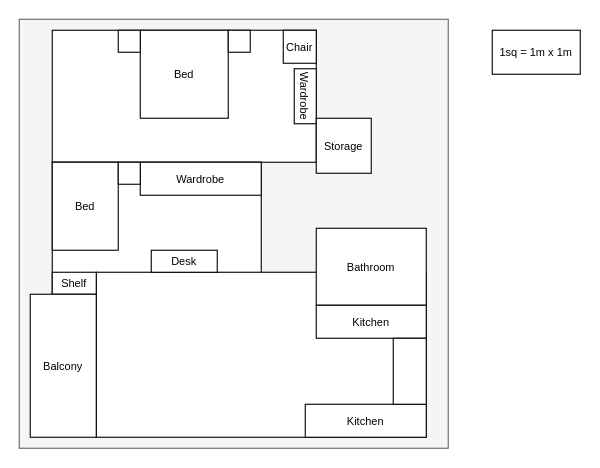
The draw.io diagram tech_blog/content/what_do_I_think/Flat_Setup.drawio in calumjackson/techblog, before the edit. Source tidied: cells renumbered, new cells numbered last; positions are measured from the earlier drawing's top-left corner, leaving out a move shared by most shapes. Both pictures are drawn from the tidied source at 110%, with x=0, y=0 at pixel (19, 19).
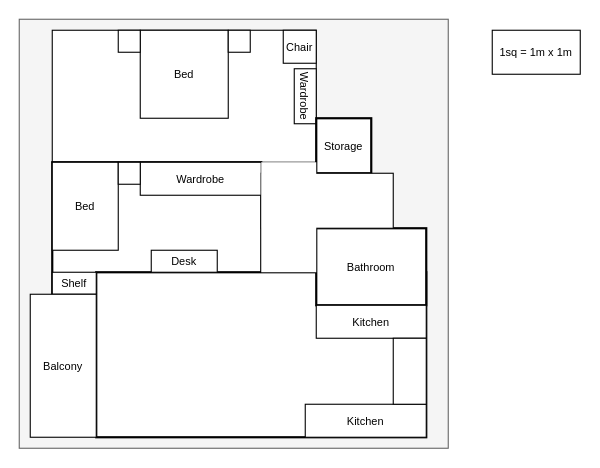
The same page after the edit.

Change to the diagram source:
```diff
@@
-    <mxCell id="4" style="rounded=0;whiteSpace=wrap;html=1;" parent="1" vertex="1">
+    <mxCell id="4" style="rounded=0;whiteSpace=wrap;html=1;strokeWidth=2;" parent="1" vertex="1">
       <mxGeometry x="30" y="130" width="190" height="120" as="geometry" />
     </mxCell>
-    <mxCell id="5" style="rounded=0;whiteSpace=wrap;html=1;" parent="1" vertex="1">
+    <mxCell id="5" style="rounded=0;whiteSpace=wrap;html=1;strokeWidth=2;" parent="1" vertex="1">
       <mxGeometry x="70" y="230" width="300" height="150" as="geometry" />
     </mxCell>
@@
-    <mxCell id="17" value="Bathroom" style="rounded=0;whiteSpace=wrap;html=1;fontSize=10;" parent="1" vertex="1">
+    <mxCell id="17" value="Bathroom" style="rounded=0;whiteSpace=wrap;html=1;fontSize=10;strokeWidth=2;" parent="1" vertex="1">
       <mxGeometry x="270" y="190" width="100" height="70" as="geometry" />
     </mxCell>
@@
-    <mxCell id="21" value="Storage" style="rounded=0;whiteSpace=wrap;html=1;fontSize=10;" parent="1" vertex="1">
+    <mxCell id="21" value="Storage" style="rounded=0;whiteSpace=wrap;html=1;fontSize=10;strokeWidth=2;" parent="1" vertex="1">
       <mxGeometry x="270" y="90" width="50" height="50" as="geometry" />
     </mxCell>
@@
+    <mxCell id="23" style="rounded=0;whiteSpace=wrap;html=1;" parent="1" vertex="1">
+      <mxGeometry x="220" y="140" width="120" height="50" as="geometry" />
+    </mxCell>
+    <mxCell id="24" style="rounded=0;whiteSpace=wrap;html=1;strokeColor=none;" parent="1" vertex="1">
+      <mxGeometry x="220" y="130" width="50" height="100" as="geometry" />
+    </mxCell>
```
